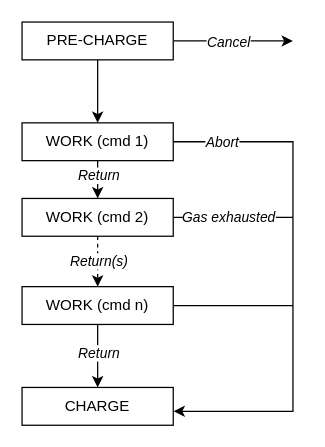
The draw.io diagram assets/txn_exec_control_flow.drawio in parallelchain-io/parallelchain-protocol, before the edit. Source tidied: cells renumbered, new cells numbered last; positions are measured from the earlier drawing's top-left corner, leaving out a move shared by most shapes. Both pictures are drawn from the tidied source at 126%, with x=0, y=0 at pixel (21, 21).
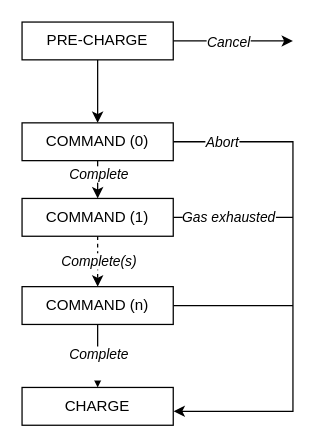
The same page after the edit.

Commit message (it also covers changes not shown here):
Update txn exec control flow diagram & other small changes.

The change refers to these unchanged cells:
```xml
<mxCell id="10" style="edgeStyle=orthogonalEdgeStyle;rounded=0;jettySize=auto;html=1;entryX=0.5;entryY=0;entryDx=0;entryDy=0;dashed=1;" parent="1" edge="1" source="13" target="17">
  <mxGeometry relative="1" as="geometry" />
</mxCell>
<mxCell id="14" style="edgeStyle=orthogonalEdgeStyle;rounded=0;jettySize=auto;html=1;entryX=0.5;entryY=0;entryDx=0;entryDy=0;" parent="1" edge="1" source="17" target="19">
  <mxGeometry relative="1" as="geometry" />
</mxCell>
```

What changed in the source:
```diff
@@
-    <mxCell id="9" value="WORK (cmd 1)" style="rounded=0;whiteSpace=wrap;html=1;" parent="1" vertex="1">
+    <mxCell id="9" value="COMMAND (0)" style="rounded=0;whiteSpace=wrap;html=1;" parent="1" vertex="1">
       <mxGeometry y="80" width="120" height="30" as="geometry" />
     </mxCell>
@@
-    <mxCell id="11" value="&lt;i&gt;Return(s)&lt;/i&gt;" style="edgeLabel;html=1;align=center;verticalAlign=middle;" parent="10" vertex="1">
+    <mxCell id="11" value="&lt;i&gt;Complete(s)&lt;/i&gt;" style="edgeLabel;html=1;align=center;verticalAlign=middle;" parent="10" vertex="1">
       <mxGeometry x="-0.04" y="1" relative="1" as="geometry">
         <mxPoint x="-1" as="offset" />
       </mxGeometry>
     </mxCell>
@@
-    <mxCell id="13" value="WORK (cmd 2)" style="rounded=0;whiteSpace=wrap;html=1;" parent="1" vertex="1">
+    <mxCell id="13" value="COMMAND (1)" style="rounded=0;whiteSpace=wrap;html=1;" parent="1" vertex="1">
       <mxGeometry y="140" width="120" height="30" as="geometry" />
     </mxCell>
@@
-    <mxCell id="15" value="&lt;i&gt;Return&lt;/i&gt;" style="edgeLabel;html=1;align=center;verticalAlign=middle;" parent="14" vertex="1">
-      <mxGeometry x="-0.12" y="-2" relative="1" as="geometry">
-        <mxPoint x="2" as="offset" />
-      </mxGeometry>
-    </mxCell>
@@
-    <mxCell id="17" value="WORK (cmd n)" style="rounded=0;whiteSpace=wrap;html=1;" parent="1" vertex="1">
+    <mxCell id="17" value="COMMAND (n)" style="rounded=0;whiteSpace=wrap;html=1;" parent="1" vertex="1">
       <mxGeometry y="210" width="120" height="30" as="geometry" />
     </mxCell>
-    <mxCell id="18" value="&lt;i&gt;Return&lt;/i&gt;" style="edgeLabel;html=1;align=center;verticalAlign=middle;" parent="1" vertex="1">
-      <mxGeometry x="60" y="121" as="geometry" />
-    </mxCell>
@@
+    <mxCell id="20" value="&lt;i&gt;Complete&lt;/i&gt;" style="edgeLabel;html=1;align=center;verticalAlign=middle;" parent="1" vertex="1">
+      <mxGeometry x="60" y="120" as="geometry" />
+    </mxCell>
+    <mxCell id="21" value="&lt;i&gt;Complete&lt;br&gt;&lt;br&gt;&lt;/i&gt;" style="edgeLabel;html=1;align=center;verticalAlign=middle;" parent="1" vertex="1">
+      <mxGeometry x="60" y="270" as="geometry" />
+    </mxCell>
```
